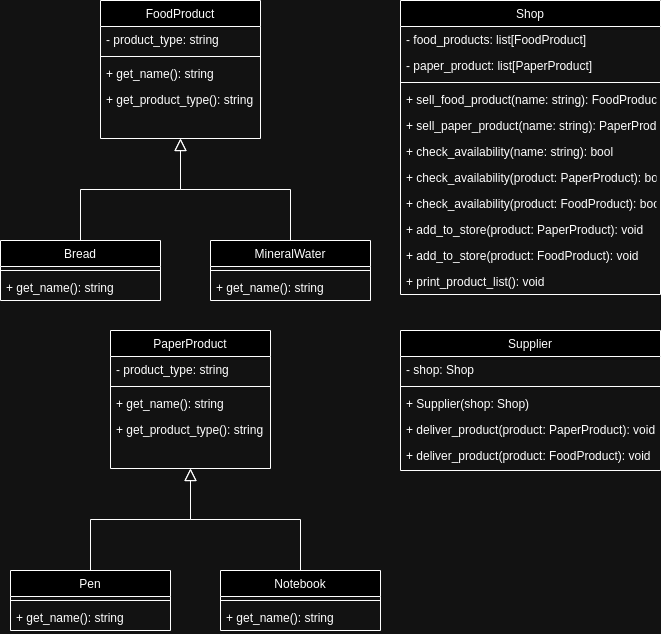
Earlier version of the draw.io export shop.png (Norbert-Waszkowiak-WAT/pjf-lab2-b). Source tidied: cells renumbered, new cells last; positions are measured from the earlier drawing's top-left corner, leaving out a move shared by most shapes. Source of this version:
```xml
<mxGraphModel>
  <root>
    <mxCell id="0" />
    <mxCell id="1" parent="0" />
    <mxCell id="2" value="FoodProduct" style="swimlane;fontStyle=0;align=center;verticalAlign=top;horizontal=1;startSize=26;rounded=0;shadow=0;strokeWidth=1;" parent="1" vertex="1">
      <mxGeometry x="100" width="160" height="138" as="geometry" />
    </mxCell>
    <mxCell id="3" value="- product_type: string" style="text;align=left;verticalAlign=top;spacingLeft=4;spacingRight=4;overflow=hidden;rounded=0;shadow=0;html=0;" parent="2" vertex="1">
      <mxGeometry y="26" width="160" height="26" as="geometry" />
    </mxCell>
    <mxCell id="4" style="line;html=1;strokeWidth=1;align=left;verticalAlign=middle;spacingTop=-1;spacingLeft=3;spacingRight=3;labelPosition=right;" parent="2" vertex="1">
      <mxGeometry y="52" width="160" height="8" as="geometry" />
    </mxCell>
    <mxCell id="5" value="+ get_name(): string" style="text;align=left;verticalAlign=top;spacingLeft=4;spacingRight=4;overflow=hidden;" parent="2" vertex="1">
      <mxGeometry y="60" width="160" height="26" as="geometry" />
    </mxCell>
    <mxCell id="6" value="+ get_product_type(): string" style="text;align=left;verticalAlign=top;spacingLeft=4;spacingRight=4;overflow=hidden;" parent="2" vertex="1">
      <mxGeometry y="86" width="160" height="26" as="geometry" />
    </mxCell>
    <mxCell id="7" value="Bread" style="swimlane;fontStyle=0;align=center;verticalAlign=top;horizontal=1;startSize=26;rounded=0;shadow=0;strokeWidth=1;" parent="1" vertex="1">
      <mxGeometry y="240" width="160" height="60" as="geometry" />
    </mxCell>
    <mxCell id="8" style="line;html=1;strokeWidth=1;align=left;verticalAlign=middle;spacingTop=-1;spacingLeft=3;spacingRight=3;labelPosition=right;" parent="7" vertex="1">
      <mxGeometry y="26" width="160" height="8" as="geometry" />
    </mxCell>
    <mxCell id="9" value="+ get_name(): string" style="text;align=left;verticalAlign=top;spacingLeft=4;spacingRight=4;overflow=hidden;" parent="7" vertex="1">
      <mxGeometry y="34" width="160" height="26" as="geometry" />
    </mxCell>
    <mxCell id="10" style="endArrow=block;endSize=10;endFill=0;shadow=0;strokeWidth=1;rounded=0;curved=0;edgeStyle=elbowEdgeStyle;elbow=vertical;" parent="1" edge="1" source="7" target="2">
      <mxGeometry relative="1" as="geometry" />
    </mxCell>
    <mxCell id="11" value="MineralWater" style="swimlane;fontStyle=0;align=center;verticalAlign=top;horizontal=1;startSize=26;rounded=0;shadow=0;strokeWidth=1;" parent="1" vertex="1">
      <mxGeometry x="210" y="240" width="160" height="60" as="geometry" />
    </mxCell>
    <mxCell id="12" style="line;html=1;strokeWidth=1;align=left;verticalAlign=middle;spacingTop=-1;spacingLeft=3;spacingRight=3;labelPosition=right;" parent="11" vertex="1">
      <mxGeometry y="26" width="160" height="8" as="geometry" />
    </mxCell>
    <mxCell id="13" value="+ get_name(): string" style="text;align=left;verticalAlign=top;spacingLeft=4;spacingRight=4;overflow=hidden;" parent="11" vertex="1">
      <mxGeometry y="34" width="160" height="16" as="geometry" />
    </mxCell>
    <mxCell id="14" style="endArrow=block;endSize=10;endFill=0;shadow=0;strokeWidth=1;rounded=0;curved=0;edgeStyle=elbowEdgeStyle;elbow=vertical;" parent="1" edge="1" source="11" target="2">
      <mxGeometry relative="1" as="geometry" />
    </mxCell>
    <mxCell id="15" value="Shop" style="swimlane;fontStyle=0;align=center;verticalAlign=top;horizontal=1;startSize=26;rounded=0;shadow=0;strokeWidth=1;" parent="1" vertex="1">
      <mxGeometry x="400" width="260" height="294" as="geometry" />
    </mxCell>
    <mxCell id="16" value="- food_products: list[FoodProduct]" style="text;align=left;verticalAlign=top;spacingLeft=4;spacingRight=4;overflow=hidden;" parent="15" vertex="1">
      <mxGeometry y="26" width="260" height="26" as="geometry" />
    </mxCell>
    <mxCell id="17" value="- paper_product: list[PaperProduct]" style="text;align=left;verticalAlign=top;spacingLeft=4;spacingRight=4;overflow=hidden;rounded=0;shadow=0;html=0;" parent="15" vertex="1">
      <mxGeometry y="52" width="260" height="26" as="geometry" />
    </mxCell>
    <mxCell id="18" style="line;html=1;strokeWidth=1;align=left;verticalAlign=middle;spacingTop=-1;spacingLeft=3;spacingRight=3;labelPosition=right;" parent="15" vertex="1">
      <mxGeometry y="78" width="260" height="8" as="geometry" />
    </mxCell>
    <mxCell id="19" value="+ sell_food_product(name: string): FoodProduct" style="text;align=left;verticalAlign=top;spacingLeft=4;spacingRight=4;overflow=hidden;" parent="15" vertex="1">
      <mxGeometry y="86" width="260" height="26" as="geometry" />
    </mxCell>
    <mxCell id="20" value="+ sell_paper_product(name: string): PaperProduct" style="text;align=left;verticalAlign=top;spacingLeft=4;spacingRight=4;overflow=hidden;" parent="15" vertex="1">
      <mxGeometry y="112" width="260" height="26" as="geometry" />
    </mxCell>
    <mxCell id="21" value="+ check_availability(name: string): bool" style="text;align=left;verticalAlign=top;spacingLeft=4;spacingRight=4;overflow=hidden;" parent="15" vertex="1">
      <mxGeometry y="138" width="260" height="26" as="geometry" />
    </mxCell>
    <mxCell id="22" value="+ check_availability(product: PaperProduct): bool" style="text;align=left;verticalAlign=top;spacingLeft=4;spacingRight=4;overflow=hidden;" parent="15" vertex="1">
      <mxGeometry y="164" width="260" height="26" as="geometry" />
    </mxCell>
    <mxCell id="23" value="+ check_availability(product: FoodProduct): bool" style="text;align=left;verticalAlign=top;spacingLeft=4;spacingRight=4;overflow=hidden;" parent="15" vertex="1">
      <mxGeometry y="190" width="260" height="26" as="geometry" />
    </mxCell>
    <mxCell id="24" value="+ add_to_store(product: PaperProduct): void" style="text;align=left;verticalAlign=top;spacingLeft=4;spacingRight=4;overflow=hidden;" parent="15" vertex="1">
      <mxGeometry y="216" width="260" height="26" as="geometry" />
    </mxCell>
    <mxCell id="25" value="+ add_to_store(product: FoodProduct): void" style="text;align=left;verticalAlign=top;spacingLeft=4;spacingRight=4;overflow=hidden;" parent="15" vertex="1">
      <mxGeometry y="242" width="260" height="26" as="geometry" />
    </mxCell>
    <mxCell id="26" value="+ print_product_list(): void" style="text;align=left;verticalAlign=top;spacingLeft=4;spacingRight=4;overflow=hidden;" parent="15" vertex="1">
      <mxGeometry y="268" width="260" height="26" as="geometry" />
    </mxCell>
    <mxCell id="27" value="PaperProduct" style="swimlane;fontStyle=0;align=center;verticalAlign=top;horizontal=1;startSize=26;rounded=0;shadow=0;strokeWidth=1;" parent="1" vertex="1">
      <mxGeometry x="110" y="330" width="160" height="138" as="geometry" />
    </mxCell>
    <mxCell id="28" value="- product_type: string" style="text;align=left;verticalAlign=top;spacingLeft=4;spacingRight=4;overflow=hidden;rounded=0;shadow=0;html=0;" parent="27" vertex="1">
      <mxGeometry y="26" width="160" height="26" as="geometry" />
    </mxCell>
    <mxCell id="29" style="line;html=1;strokeWidth=1;align=left;verticalAlign=middle;spacingTop=-1;spacingLeft=3;spacingRight=3;labelPosition=right;" parent="27" vertex="1">
      <mxGeometry y="52" width="160" height="8" as="geometry" />
    </mxCell>
    <mxCell id="30" value="+ get_name(): string" style="text;align=left;verticalAlign=top;spacingLeft=4;spacingRight=4;overflow=hidden;" parent="27" vertex="1">
      <mxGeometry y="60" width="160" height="26" as="geometry" />
    </mxCell>
    <mxCell id="31" value="+ get_product_type(): string" style="text;align=left;verticalAlign=top;spacingLeft=4;spacingRight=4;overflow=hidden;" parent="27" vertex="1">
      <mxGeometry y="86" width="160" height="26" as="geometry" />
    </mxCell>
    <mxCell id="32" value="Pen" style="swimlane;fontStyle=0;align=center;verticalAlign=top;horizontal=1;startSize=26;rounded=0;shadow=0;strokeWidth=1;" parent="1" vertex="1">
      <mxGeometry x="10" y="570" width="160" height="60" as="geometry" />
    </mxCell>
    <mxCell id="33" style="line;html=1;strokeWidth=1;align=left;verticalAlign=middle;spacingTop=-1;spacingLeft=3;spacingRight=3;labelPosition=right;" parent="32" vertex="1">
      <mxGeometry y="26" width="160" height="8" as="geometry" />
    </mxCell>
    <mxCell id="34" value="+ get_name(): string" style="text;align=left;verticalAlign=top;spacingLeft=4;spacingRight=4;overflow=hidden;" parent="32" vertex="1">
      <mxGeometry y="34" width="160" height="26" as="geometry" />
    </mxCell>
    <mxCell id="35" style="endArrow=block;endSize=10;endFill=0;shadow=0;strokeWidth=1;rounded=0;curved=0;edgeStyle=elbowEdgeStyle;elbow=vertical;" parent="1" edge="1" source="32" target="27">
      <mxGeometry relative="1" as="geometry" />
    </mxCell>
    <mxCell id="36" value="Notebook" style="swimlane;fontStyle=0;align=center;verticalAlign=top;horizontal=1;startSize=26;rounded=0;shadow=0;strokeWidth=1;" parent="1" vertex="1">
      <mxGeometry x="220" y="570" width="160" height="60" as="geometry" />
    </mxCell>
    <mxCell id="37" style="line;html=1;strokeWidth=1;align=left;verticalAlign=middle;spacingTop=-1;spacingLeft=3;spacingRight=3;labelPosition=right;" parent="36" vertex="1">
      <mxGeometry y="26" width="160" height="8" as="geometry" />
    </mxCell>
    <mxCell id="38" value="+ get_name(): string" style="text;align=left;verticalAlign=top;spacingLeft=4;spacingRight=4;overflow=hidden;" parent="36" vertex="1">
      <mxGeometry y="34" width="160" height="16" as="geometry" />
    </mxCell>
    <mxCell id="39" style="endArrow=block;endSize=10;endFill=0;shadow=0;strokeWidth=1;rounded=0;curved=0;edgeStyle=elbowEdgeStyle;elbow=vertical;" parent="1" edge="1" source="36" target="27">
      <mxGeometry relative="1" as="geometry" />
    </mxCell>
    <mxCell id="40" value="Supplier" style="swimlane;fontStyle=0;align=center;verticalAlign=top;horizontal=1;startSize=26;rounded=0;shadow=0;strokeWidth=1;" parent="1" vertex="1">
      <mxGeometry x="400" y="330" width="260" height="140" as="geometry" />
    </mxCell>
    <mxCell id="41" value="- shop: Shop" style="text;align=left;verticalAlign=top;spacingLeft=4;spacingRight=4;overflow=hidden;" parent="40" vertex="1">
      <mxGeometry y="26" width="260" height="26" as="geometry" />
    </mxCell>
    <mxCell id="42" style="line;html=1;strokeWidth=1;align=left;verticalAlign=middle;spacingTop=-1;spacingLeft=3;spacingRight=3;labelPosition=right;" parent="40" vertex="1">
      <mxGeometry y="52" width="260" height="8" as="geometry" />
    </mxCell>
    <mxCell id="43" value="+ Supplier(shop: Shop)" style="text;align=left;verticalAlign=top;spacingLeft=4;spacingRight=4;overflow=hidden;" parent="40" vertex="1">
      <mxGeometry y="60" width="260" height="26" as="geometry" />
    </mxCell>
    <mxCell id="44" value="+ deliver_product(product: PaperProduct): void" style="text;align=left;verticalAlign=top;spacingLeft=4;spacingRight=4;overflow=hidden;" parent="40" vertex="1">
      <mxGeometry y="86" width="260" height="26" as="geometry" />
    </mxCell>
    <mxCell id="45" value="+ deliver_product(product: FoodProduct): void" style="text;align=left;verticalAlign=top;spacingLeft=4;spacingRight=4;overflow=hidden;" parent="40" vertex="1">
      <mxGeometry y="112" width="260" height="26" as="geometry" />
    </mxCell>
  </root>
</mxGraphModel>
```
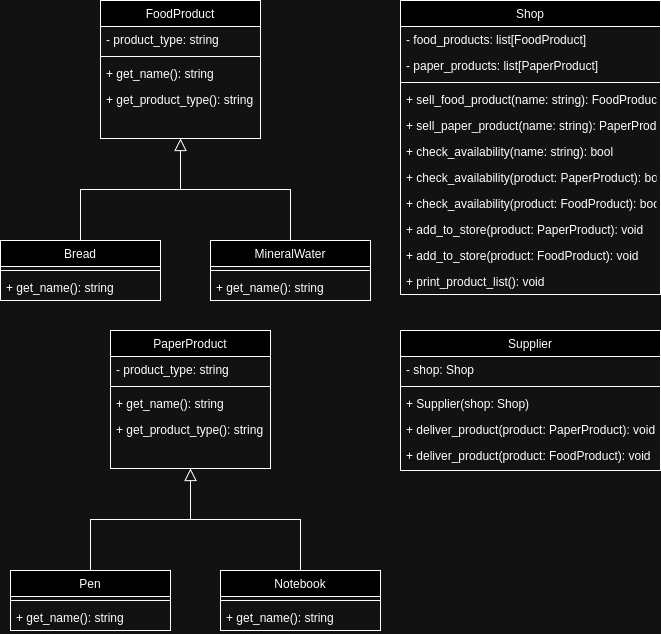
The same diagram one commit later.

Change to the diagram source:
```diff
@@ -47,7 +47,7 @@
     <mxCell id="16" value="- food_products: list[FoodProduct]" style="text;align=left;verticalAlign=top;spacingLeft=4;spacingRight=4;overflow=hidden;" parent="15" vertex="1">
       <mxGeometry y="26" width="260" height="26" as="geometry" />
     </mxCell>
-    <mxCell id="17" value="- paper_product: list[PaperProduct]" style="text;align=left;verticalAlign=top;spacingLeft=4;spacingRight=4;overflow=hidden;rounded=0;shadow=0;html=0;" parent="15" vertex="1">
+    <mxCell id="17" value="- paper_products: list[PaperProduct]" style="text;align=left;verticalAlign=top;spacingLeft=4;spacingRight=4;overflow=hidden;rounded=0;shadow=0;html=0;" parent="15" vertex="1">
       <mxGeometry y="52" width="260" height="26" as="geometry" />
     </mxCell>
     <mxCell id="18" style="line;html=1;strokeWidth=1;align=left;verticalAlign=middle;spacingTop=-1;spacingLeft=3;spacingRight=3;labelPosition=right;" parent="15" vertex="1">
```
